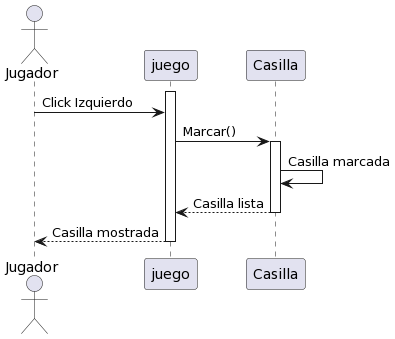
Above: Diagramas/DiagramaSecuencia3.png in XIMaxi/Proyecto_Arqui (PlantUML), before the change.
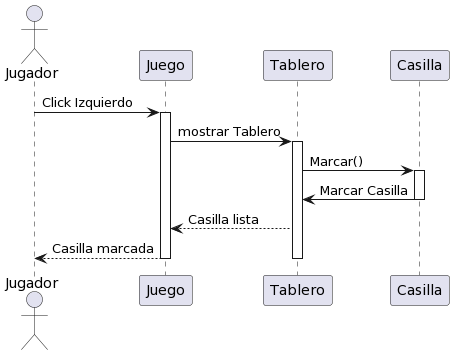
After the commit.

Commit message:
diagramas actualizados

The edit, as a diff of the source:
```diff
@@ -1,17 +1,21 @@
 @startuml
 actor Jugador as J
-participant juego as Juego
+participant Juego as Juego
+participant Tablero as T
 participant Casilla as C
 
+J-> Juego: Click Izquierdo
 activate Juego
+Juego -> T: mostrar Tablero
+activate T
+T->C: Marcar()
+activate C
+C->T: Marcar Casilla
+deactivate C
 
+T-->Juego: Casilla lista
+Juego--> J: Casilla marcada
+deactivate T
 
-J -> Juego: Click Izquierdo
-Juego -> C: Marcar()
-activate C
-C->C: Casilla marcada
-C-->Juego: Casilla lista
-deactivate C
-Juego --> J: Casilla mostrada
 deactivate Juego
 @enduml
```
